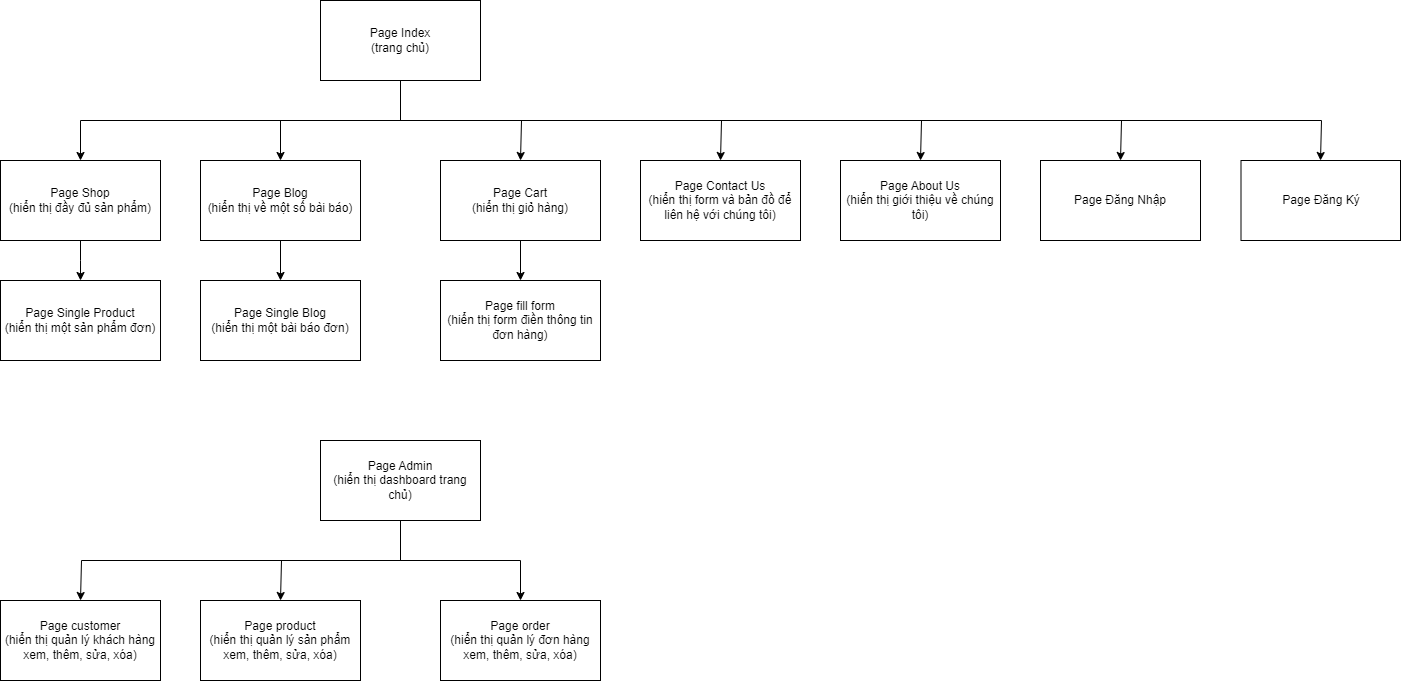
Above: page in project/pageProject.png in buiviet666/skate_board_shop (draw.io), before the change. Source tidied: cells renumbered, new cells last; positions are measured from the earlier drawing's top-left corner, leaving out a move shared by most shapes.
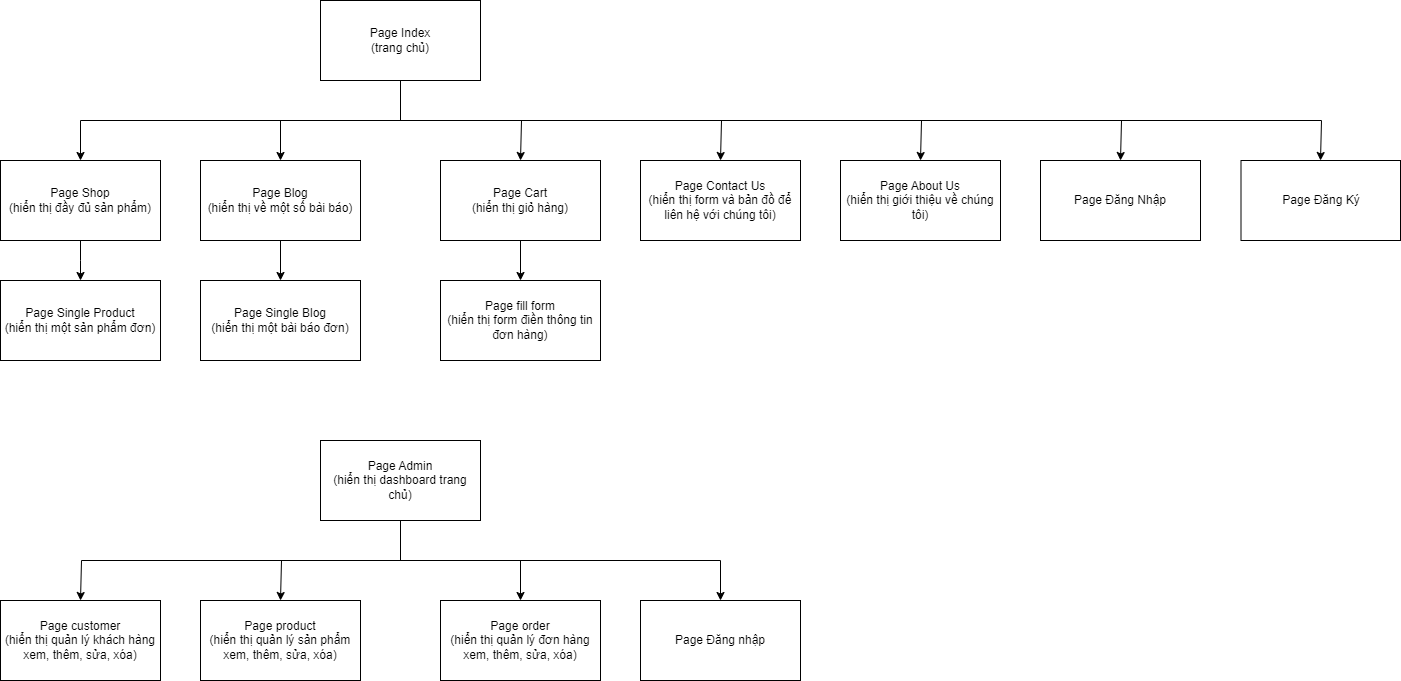
After the change.

Diff of the diagram source:
```diff
@@ -134,6 +134,14 @@
         </Array>
       </mxGeometry>
     </mxCell>
+    <mxCell id="30" style="edgeStyle=orthogonalEdgeStyle;rounded=0;jettySize=auto;html=1;entryX=0.5;entryY=0;entryDx=0;entryDy=0;" parent="1" edge="1" source="26" target="31">
+      <mxGeometry relative="1" as="geometry">
+        <Array as="points">
+          <mxPoint x="400" y="560" />
+          <mxPoint x="720" y="560" />
+        </Array>
+      </mxGeometry>
+    </mxCell>
     <mxCell id="26" value="Page Admin &lt;br&gt;(hiển thị dashboard trang chủ)" style="rounded=0;whiteSpace=wrap;html=1;" parent="1" vertex="1">
       <mxGeometry x="320" y="440" width="160" height="80" as="geometry" />
     </mxCell>
@@ -146,5 +154,8 @@
     <mxCell id="29" value="Page order &lt;br&gt;(hiển thị quản lý đơn hàng xem, thêm, sửa, xóa)" style="rounded=0;whiteSpace=wrap;html=1;" parent="1" vertex="1">
       <mxGeometry x="440" y="600" width="160" height="80" as="geometry" />
     </mxCell>
+    <mxCell id="31" value="Page Đăng nhập" style="rounded=0;whiteSpace=wrap;html=1;" parent="1" vertex="1">
+      <mxGeometry x="640" y="600" width="160" height="80" as="geometry" />
+    </mxCell>
   </root>
 </mxGraphModel>
```
